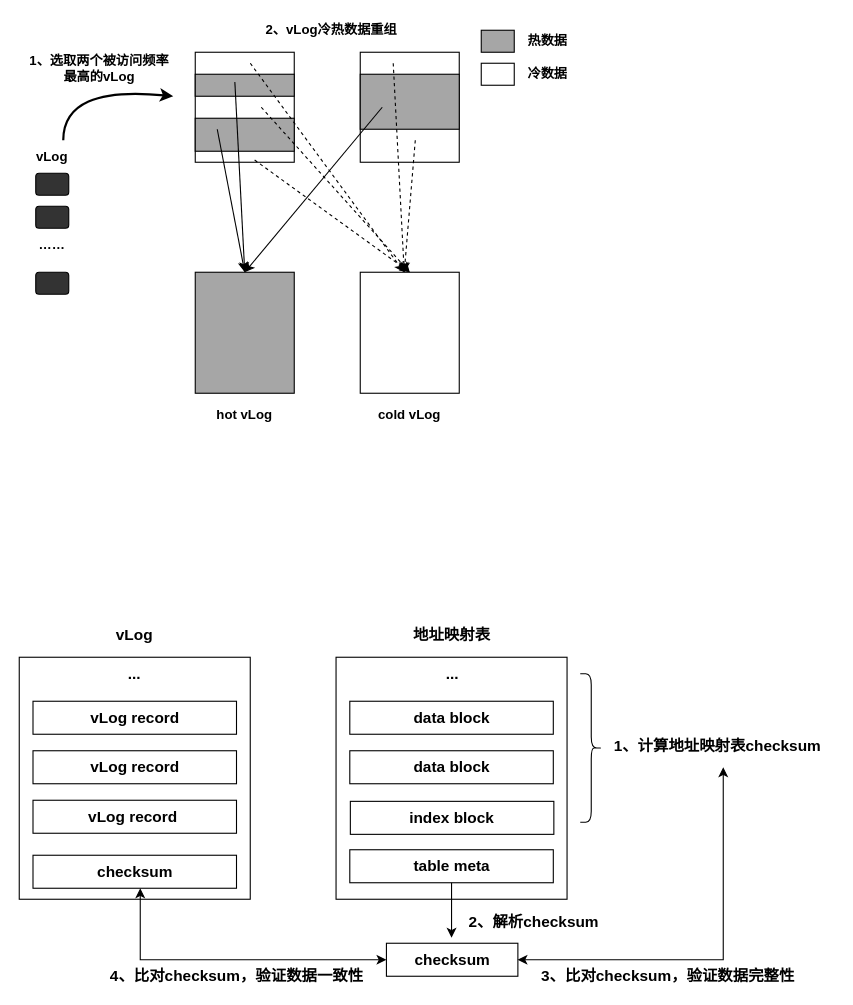
Above: page "第 3 页" (3 of 6) of RabbitKV.drawio in yeqiyi/drawIO (draw.io), before the change. Source tidied: cells renumbered, new cells numbered last; positions are measured from the earlier drawing's top-left corner, leaving out a move shared by most shapes. Both pictures are drawn from the tidied source at 110%, with x=0, y=0 at pixel (19, 19).
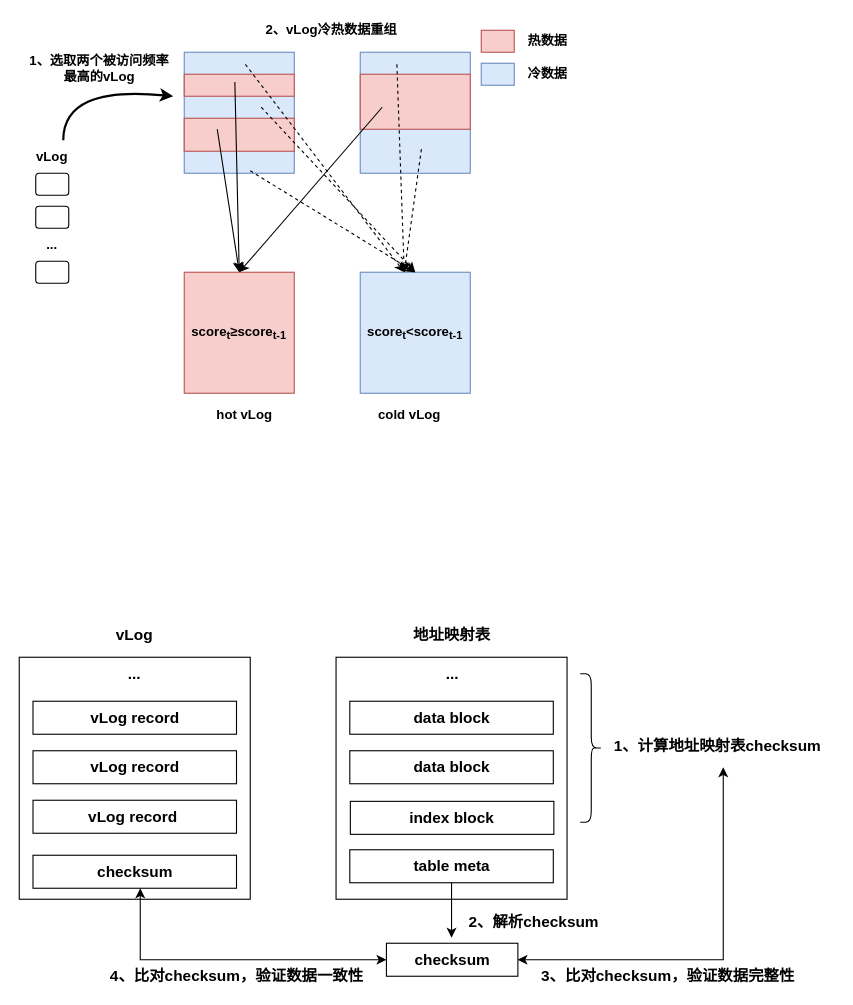
Above is the later version.

Change to the diagram source:
```diff
@@
-    <mxCell id="2" style="rounded=1;whiteSpace=wrap;html=1;fillColor=#333333;" parent="1" vertex="1">
+    <mxCell id="2" style="rounded=1;whiteSpace=wrap;html=1;" parent="1" vertex="1">
       <mxGeometry x="15" y="140" width="30" height="20" as="geometry" />
     </mxCell>
-    <mxCell id="3" style="rounded=1;whiteSpace=wrap;html=1;fillColor=#333333;" parent="1" vertex="1">
+    <mxCell id="3" style="rounded=1;whiteSpace=wrap;html=1;" parent="1" vertex="1">
       <mxGeometry x="15" y="170" width="30" height="20" as="geometry" />
     </mxCell>
@@
-    <mxCell id="5" style="rounded=1;whiteSpace=wrap;html=1;fillColor=#333333;" parent="1" vertex="1">
-      <mxGeometry x="15" y="230" width="30" height="20" as="geometry" />
+    <mxCell id="5" style="rounded=1;whiteSpace=wrap;html=1;" parent="1" vertex="1">
+      <mxGeometry x="15" y="220" width="30" height="20" as="geometry" />
     </mxCell>
@@
-    <mxCell id="8" style="rounded=0;whiteSpace=wrap;html=1;" parent="1" vertex="1">
-      <mxGeometry x="160" y="30" width="90" height="100" as="geometry" />
+    <mxCell id="8" style="rounded=0;whiteSpace=wrap;html=1;fillColor=#dae8fc;strokeColor=#6c8ebf;" parent="1" vertex="1">
+      <mxGeometry x="150" y="30" width="100" height="110" as="geometry" />
     </mxCell>
-    <mxCell id="9" style="rounded=0;whiteSpace=wrap;html=1;" parent="1" vertex="1">
-      <mxGeometry x="310" y="30" width="90" height="100" as="geometry" />
+    <mxCell id="9" style="rounded=0;whiteSpace=wrap;html=1;fillColor=#dae8fc;strokeColor=#6c8ebf;" parent="1" vertex="1">
+      <mxGeometry x="310" y="30" width="100" height="110" as="geometry" />
     </mxCell>
-    <mxCell id="10" value="&lt;b&gt;……&lt;/b&gt;" style="text;html=1;strokeColor=none;fillColor=none;align=center;verticalAlign=middle;whiteSpace=wrap;rounded=0;" parent="1" vertex="1">
+    <mxCell id="10" value="&lt;b&gt;...&lt;/b&gt;" style="text;html=1;strokeColor=none;fillColor=none;align=center;verticalAlign=middle;whiteSpace=wrap;rounded=0;" parent="1" vertex="1">
       <mxGeometry y="190" width="60" height="30" as="geometry" />
     </mxCell>
@@
-    <mxCell id="12" style="rounded=0;whiteSpace=wrap;html=1;fillStyle=auto;fillColor=#A6A6A6;" parent="1" vertex="1">
-      <mxGeometry x="160" y="50" width="90" height="20" as="geometry" />
+    <mxCell id="12" style="rounded=0;whiteSpace=wrap;html=1;fillStyle=auto;fillColor=#f8cecc;strokeColor=#b85450;" parent="1" vertex="1">
+      <mxGeometry x="150" y="50" width="100" height="20" as="geometry" />
     </mxCell>
-    <mxCell id="13" style="rounded=0;whiteSpace=wrap;html=1;fillColor=#A6A6A6;" parent="1" vertex="1">
-      <mxGeometry x="160" y="90" width="90" height="30" as="geometry" />
+    <mxCell id="13" style="rounded=0;whiteSpace=wrap;html=1;fillColor=#f8cecc;strokeColor=#b85450;" parent="1" vertex="1">
+      <mxGeometry x="150" y="90" width="100" height="30" as="geometry" />
     </mxCell>
-    <mxCell id="14" style="rounded=0;whiteSpace=wrap;html=1;fillStyle=auto;fillColor=#A6A6A6;" parent="1" vertex="1">
+    <mxCell id="14" style="rounded=0;whiteSpace=wrap;html=1;fillStyle=auto;fillColor=#f8cecc;strokeColor=#b85450;" parent="1" vertex="1">
       <mxGeometry x="420" y="10" width="30" height="20" as="geometry" />
     </mxCell>
@@
-    <mxCell id="16" style="rounded=0;whiteSpace=wrap;html=1;fillStyle=auto;" parent="1" vertex="1">
+    <mxCell id="16" style="rounded=0;whiteSpace=wrap;html=1;fillStyle=auto;fillColor=#dae8fc;strokeColor=#6c8ebf;" parent="1" vertex="1">
       <mxGeometry x="420" y="40" width="30" height="20" as="geometry" />
     </mxCell>
@@
-    <mxCell id="18" style="rounded=0;whiteSpace=wrap;html=1;fillStyle=auto;fillColor=#A6A6A6;" parent="1" vertex="1">
-      <mxGeometry x="310" y="50" width="90" height="50" as="geometry" />
+    <mxCell id="18" style="rounded=0;whiteSpace=wrap;html=1;fillStyle=auto;fillColor=#f8cecc;strokeColor=#b85450;" parent="1" vertex="1">
+      <mxGeometry x="310" y="50" width="100" height="50" as="geometry" />
     </mxCell>
@@
-    <mxCell id="20" style="rounded=0;whiteSpace=wrap;html=1;fillStyle=auto;fillColor=#A6A6A6;" parent="1" vertex="1">
-      <mxGeometry x="160" y="230" width="90" height="110" as="geometry" />
+    <mxCell id="20" value="&lt;b&gt;score&lt;sub&gt;t&lt;/sub&gt;≥score&lt;sub&gt;t-1&lt;/sub&gt;&lt;/b&gt;" style="rounded=0;whiteSpace=wrap;html=1;fillStyle=auto;fillColor=#f8cecc;strokeColor=#b85450;" parent="1" vertex="1">
+      <mxGeometry x="150" y="230" width="100" height="110" as="geometry" />
     </mxCell>
@@
-    <mxCell id="24" style="rounded=0;whiteSpace=wrap;html=1;" parent="1" vertex="1">
-      <mxGeometry x="310" y="230" width="90" height="110" as="geometry" />
+    <mxCell id="24" value="&lt;b style=&quot;border-color: var(--border-color);&quot;&gt;score&lt;sub style=&quot;border-color: var(--border-color);&quot;&gt;t&lt;/sub&gt;&lt;span style=&quot;border-color: var(--border-color);&quot;&gt;&amp;lt;&lt;/span&gt;score&lt;sub style=&quot;border-color: var(--border-color);&quot;&gt;t-1&lt;/sub&gt;&lt;/b&gt;" style="rounded=0;whiteSpace=wrap;html=1;fillColor=#dae8fc;strokeColor=#6c8ebf;" parent="1" vertex="1">
+      <mxGeometry x="310" y="230" width="100" height="110" as="geometry" />
     </mxCell>
```
